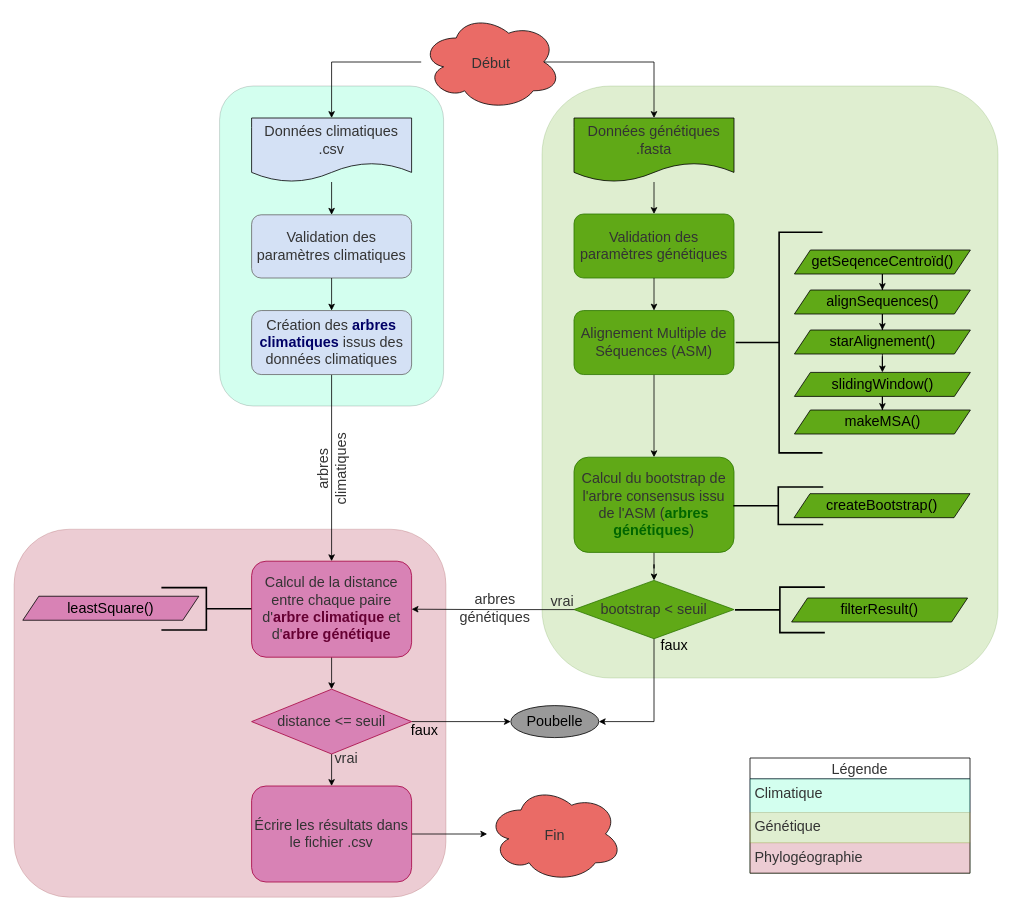
Before: page "Page-6" (6 of 6) of img/figure.drawio in tahiri-lab/aPhyloGeo, a draw.io diagram. Source tidied: cells renumbered, new cells numbered last; positions are measured from the earlier drawing's top-left corner, leaving out a move shared by most shapes. Both pictures are drawn from the tidied source at 80%, with x=0, y=0 at pixel (14, 14).
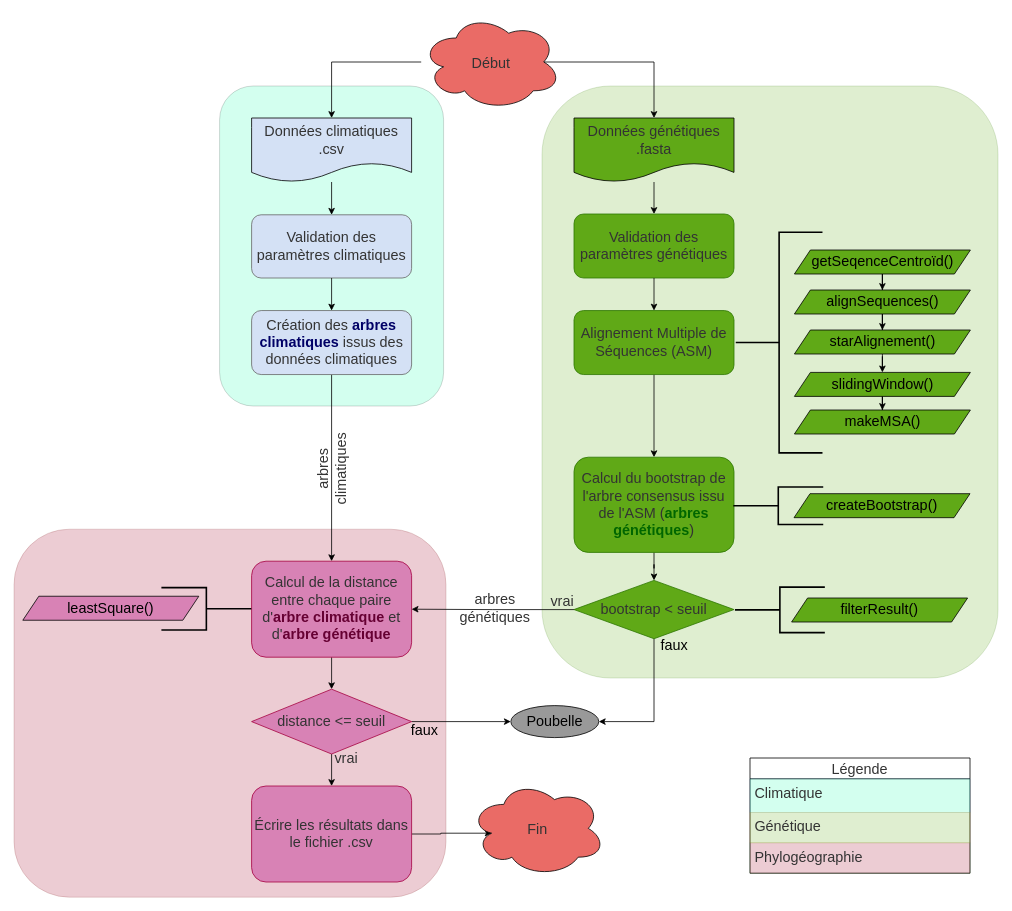
After the change.

The change refers to these unchanged cells:
```xml
<mxCell id="16" value="&lt;span style=&quot;font-size: 18px;&quot;&gt;Écrire les résultats dans le fichier .csv&lt;/span&gt;" style="rounded=1;whiteSpace=wrap;html=1;strokeColor=#A50040;fontColor=#333333;fillColor=#D882B5;fontSize=18;" parent="1" vertex="1">
  <mxGeometry x="297" y="965" width="200" height="120" as="geometry" />
</mxCell>
```

Change to the diagram source:
```diff
@@
-    <mxCell id="15" style="edgeStyle=orthogonalEdgeStyle;rounded=0;jettySize=auto;html=1;fontSize=18;fontColor=#333333;" parent="1" edge="1" source="16" target="24">
+    <mxCell id="15" style="edgeStyle=orthogonalEdgeStyle;rounded=0;jettySize=auto;html=1;fontSize=18;fontColor=#333333;entryX=0.16;entryY=0.55;entryDx=0;entryDy=0;entryPerimeter=0;" parent="1" edge="1" source="16" target="24">
       <mxGeometry relative="1" as="geometry" />
     </mxCell>
@@
     <mxCell id="24" value="Fin" style="ellipse;shape=cloud;fillColor=#EA6B66;fontSize=18;fontFamily=Helvetica;fontColor=#333333;" parent="1" vertex="1">
-      <mxGeometry x="591.5" y="965" width="169" height="120" as="geometry" />
+      <mxGeometry x="570" y="958" width="169" height="120" as="geometry" />
     </mxCell>
```
